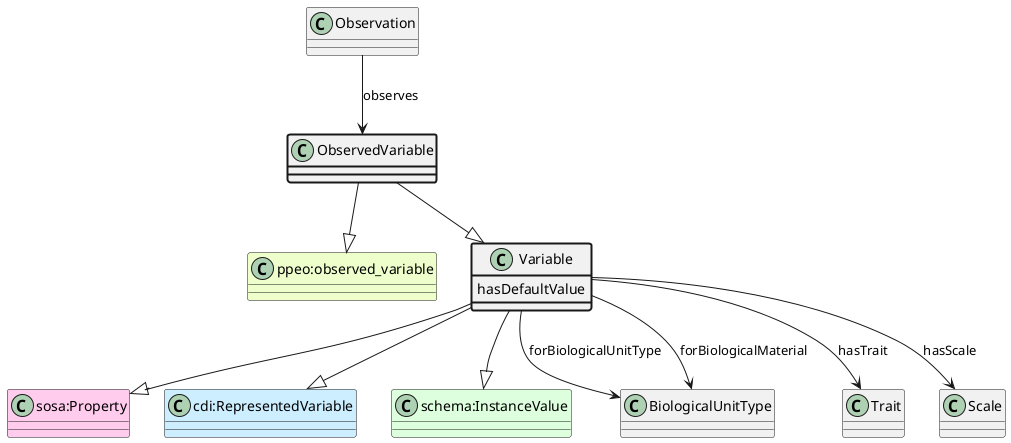
aus-plant-phenomics-network/appn-schema keeps this PlantUML diagram as ttl_uml/ttl_appn_ObservedVariable.png. Above is the earlier version.
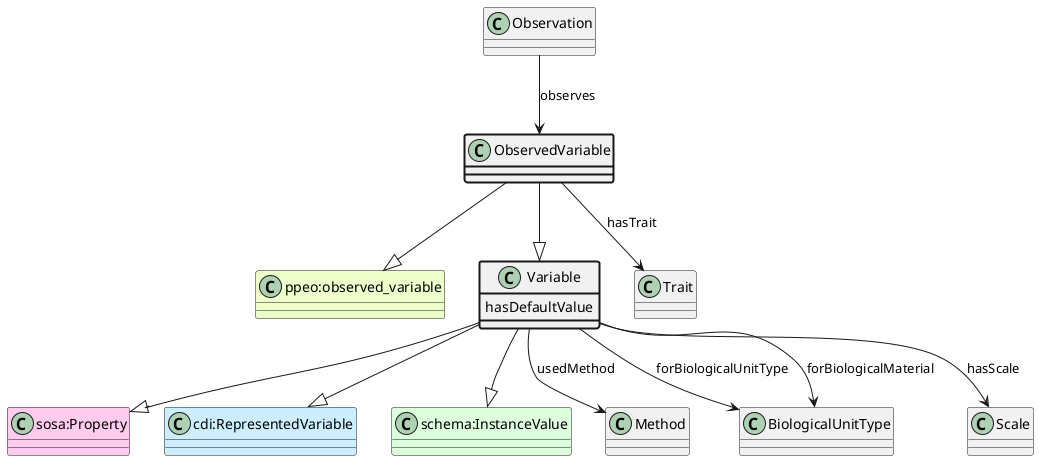
The same file after the commit.

What changed in the source:
```diff
@@ -12,15 +12,17 @@
 ObservedVariable --|> Variable
 class Observation
 Observation --> ObservedVariable : observes
+class Trait
+ObservedVariable --> Trait : hasTrait
 class Variable #line.bold {
     hasDefaultValue
 }
+class Method
+Variable --> Method : usedMethod
 class BiologicalUnitType
 Variable --> BiologicalUnitType : forBiologicalUnitType
 class BiologicalUnitType
 Variable --> BiologicalUnitType : forBiologicalMaterial
-class Trait
-Variable --> Trait : hasTrait
 class Scale
 Variable --> Scale : hasScale
 @enduml
```
